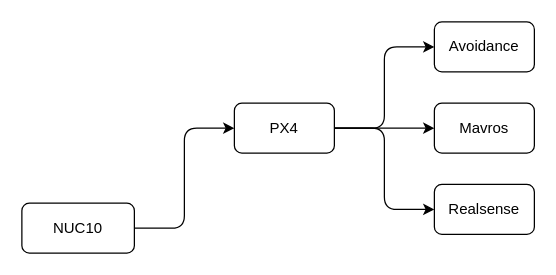
Before: draw.io/PX4.drawio in MistyMoonR/tsinghua-PX4-ROS, a draw.io diagram. Source tidied: cells renumbered, new cells numbered last; positions are measured from the earlier drawing's top-left corner, leaving out a move shared by most shapes. Both pictures are drawn from the tidied source at 125%, with x=0, y=0 at pixel (21, 21).
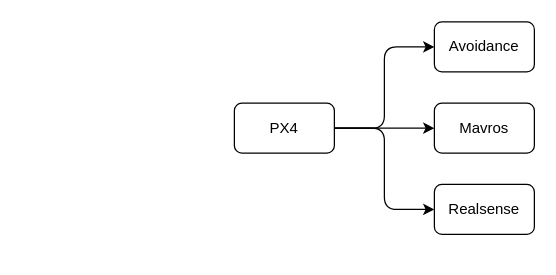
After the change.

What changed in the source:
```diff
@@
 <mxGraphModel>
   <root>
     <mxCell id="0" />
     <mxCell id="1" parent="0" />
     <mxCell id="2" value="PX4" style="rounded=1;whiteSpace=wrap;html=1;" parent="1" vertex="1">
       <mxGeometry x="170" y="65" width="80" height="40" as="geometry" />
     </mxCell>
     <mxCell id="3" value="Avoidance" style="rounded=1;whiteSpace=wrap;html=1;" parent="1" vertex="1">
       <mxGeometry x="330" width="80" height="40" as="geometry" />
     </mxCell>
     <mxCell id="4" style="edgeStyle=orthogonalEdgeStyle;rounded=1;jettySize=auto;html=1;" parent="1" edge="1" source="2" target="3">
       <mxGeometry relative="1" as="geometry">
         <Array as="points">
           <mxPoint x="290" y="85" />
           <mxPoint x="290" y="20" />
         </Array>
       </mxGeometry>
     </mxCell>
-    <mxCell id="5" value="NUC10" style="rounded=1;whiteSpace=wrap;html=1;" parent="1" vertex="1">
-      <mxGeometry y="145" width="90" height="40" as="geometry" />
-    </mxCell>
-    <mxCell id="6" style="edgeStyle=orthogonalEdgeStyle;rounded=1;jettySize=auto;html=1;entryX=0;entryY=0.5;entryDx=0;entryDy=0;exitX=1;exitY=0.5;exitDx=0;exitDy=0;" parent="1" edge="1" source="5" target="2">
-      <mxGeometry relative="1" as="geometry">
-        <Array as="points">
-          <mxPoint x="130" y="165" />
-          <mxPoint x="130" y="85" />
-        </Array>
-      </mxGeometry>
-    </mxCell>
     <mxCell id="7" value="Mavros" style="rounded=1;whiteSpace=wrap;html=1;" parent="1" vertex="1">
       <mxGeometry x="330" y="65" width="80" height="40" as="geometry" />
     </mxCell>
     <mxCell id="8" style="edgeStyle=orthogonalEdgeStyle;rounded=1;jettySize=auto;html=1;" parent="1" edge="1" source="2" target="7">
       <mxGeometry relative="1" as="geometry">
         <Array as="points">
           <mxPoint x="330" y="85" />
           <mxPoint x="330" y="85" />
         </Array>
       </mxGeometry>
     </mxCell>
     <mxCell id="9" value="Realsense" style="rounded=1;whiteSpace=wrap;html=1;" parent="1" vertex="1">
       <mxGeometry x="330" y="130" width="80" height="40" as="geometry" />
     </mxCell>
     <mxCell id="10" style="edgeStyle=orthogonalEdgeStyle;rounded=1;jettySize=auto;html=1;exitX=1;exitY=0.5;exitDx=0;exitDy=0;" parent="1" edge="1" source="2" target="9">
       <mxGeometry relative="1" as="geometry">
         <Array as="points">
           <mxPoint x="290" y="85" />
           <mxPoint x="290" y="150" />
         </Array>
       </mxGeometry>
     </mxCell>
   </root>
 </mxGraphModel>
```
